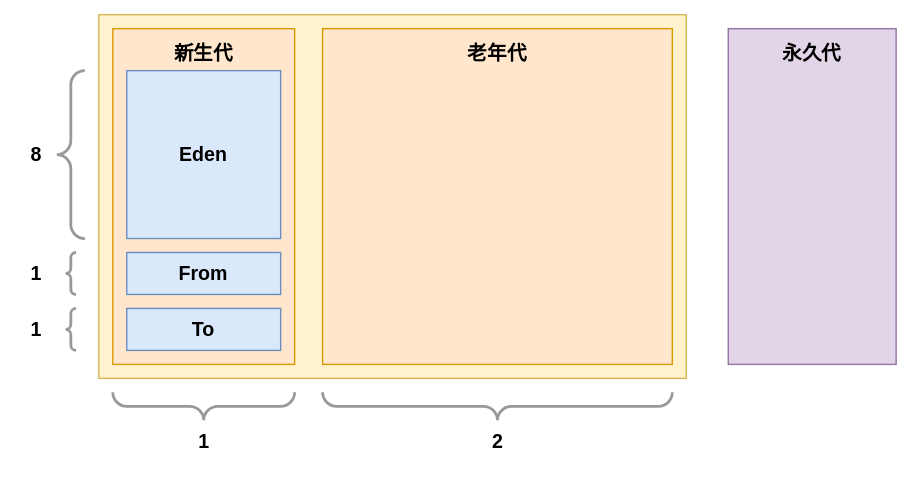
The draw.io diagram Java/JVM/GC回收机制/分代算法.drawio.svg in Developer-Tang/notes, before a commit. Source tidied: cells renumbered, new cells last; positions are measured from the earlier drawing's top-left corner, leaving out a move shared by most shapes. Source of this version:
```xml
<mxGraphModel>
  <root>
    <mxCell id="0" />
    <mxCell id="1" parent="0" />
    <mxCell id="2" style="rounded=0;whiteSpace=wrap;html=1;fillColor=#fff2cc;strokeColor=#d6b656;verticalAlign=top;spacingTop=5;fontStyle=1;fontSize=14;" parent="1" vertex="1">
      <mxGeometry x="60" width="420" height="260" as="geometry" />
    </mxCell>
    <mxCell id="3" value="永久代" style="rounded=0;whiteSpace=wrap;html=1;fillColor=#e1d5e7;strokeColor=#9673a6;verticalAlign=top;spacingTop=3;fontStyle=1;fontSize=14;" parent="1" vertex="1">
      <mxGeometry x="510" y="10" width="120" height="240" as="geometry" />
    </mxCell>
    <mxCell id="4" value="新生代" style="rounded=0;whiteSpace=wrap;html=1;fillColor=#ffe6cc;strokeColor=#d79b00;verticalAlign=top;spacingTop=3;fontStyle=1;fontSize=14;" parent="1" vertex="1">
      <mxGeometry x="70" y="10" width="130" height="240" as="geometry" />
    </mxCell>
    <mxCell id="5" value="老年代" style="rounded=0;whiteSpace=wrap;html=1;fillColor=#ffe6cc;strokeColor=#d79b00;verticalAlign=top;spacingTop=3;fontStyle=1;fontSize=14;" parent="1" vertex="1">
      <mxGeometry x="220" y="10" width="250" height="240" as="geometry" />
    </mxCell>
    <mxCell id="6" value="Eden" style="rounded=0;whiteSpace=wrap;html=1;fillColor=#dae8fc;strokeColor=#6c8ebf;verticalAlign=middle;spacingTop=0;fontStyle=1;fontSize=14;" parent="1" vertex="1">
      <mxGeometry x="80" y="40" width="110" height="120" as="geometry" />
    </mxCell>
    <mxCell id="7" value="From" style="rounded=0;whiteSpace=wrap;html=1;fillColor=#dae8fc;strokeColor=#6c8ebf;verticalAlign=middle;spacingTop=0;fontStyle=1;fontSize=14;" parent="1" vertex="1">
      <mxGeometry x="80" y="170" width="110" height="30" as="geometry" />
    </mxCell>
    <mxCell id="8" value="To" style="rounded=0;whiteSpace=wrap;html=1;fillColor=#dae8fc;strokeColor=#6c8ebf;verticalAlign=middle;spacingTop=0;fontStyle=1;fontSize=14;" parent="1" vertex="1">
      <mxGeometry x="80" y="210" width="110" height="30" as="geometry" />
    </mxCell>
    <mxCell id="9" style="labelPosition=right;align=left;strokeWidth=2;shape=mxgraph.mockup.markup.curlyBrace;html=1;shadow=0;dashed=0;strokeColor=#999999;direction=north;fontStyle=1;fontSize=14;" parent="1" vertex="1">
      <mxGeometry x="30" y="40" width="20" height="120" as="geometry" />
    </mxCell>
    <mxCell id="10" style="labelPosition=right;align=left;strokeWidth=2;shape=mxgraph.mockup.markup.curlyBrace;html=1;shadow=0;dashed=0;strokeColor=#999999;direction=north;fontStyle=1;fontSize=14;" parent="1" vertex="1">
      <mxGeometry x="30" y="170" width="20" height="30" as="geometry" />
    </mxCell>
    <mxCell id="11" style="labelPosition=right;align=left;strokeWidth=2;shape=mxgraph.mockup.markup.curlyBrace;html=1;shadow=0;dashed=0;strokeColor=#999999;direction=north;fontStyle=1;fontSize=14;" parent="1" vertex="1">
      <mxGeometry x="30" y="210" width="20" height="30" as="geometry" />
    </mxCell>
    <mxCell id="12" value="8" style="text;html=1;align=center;verticalAlign=middle;strokeColor=none;fillColor=none;fontStyle=1;fontSize=14;" parent="1" vertex="1">
      <mxGeometry y="85" width="30" height="30" as="geometry" />
    </mxCell>
    <mxCell id="13" value="1" style="text;html=1;align=center;verticalAlign=middle;strokeColor=none;fillColor=none;fontSize=14;fontStyle=1;" parent="1" vertex="1">
      <mxGeometry y="170" width="30" height="30" as="geometry" />
    </mxCell>
    <mxCell id="14" value="1" style="text;html=1;align=center;verticalAlign=middle;strokeColor=none;fillColor=none;fontSize=14;fontStyle=1;" parent="1" vertex="1">
      <mxGeometry y="210" width="30" height="30" as="geometry" />
    </mxCell>
    <mxCell id="15" style="verticalLabelPosition=bottom;shadow=0;dashed=0;align=center;html=1;verticalAlign=top;strokeWidth=2;shape=mxgraph.mockup.markup.curlyBrace;strokeColor=#999999;fontSize=14;direction=west;" parent="1" vertex="1">
      <mxGeometry x="70" y="270" width="130" height="20" as="geometry" />
    </mxCell>
    <mxCell id="16" style="verticalLabelPosition=bottom;shadow=0;dashed=0;align=center;html=1;verticalAlign=top;strokeWidth=2;shape=mxgraph.mockup.markup.curlyBrace;strokeColor=#999999;fontSize=14;direction=west;" parent="1" vertex="1">
      <mxGeometry x="220" y="270" width="250" height="20" as="geometry" />
    </mxCell>
    <mxCell id="17" value="1" style="text;html=1;align=center;verticalAlign=middle;strokeColor=none;fillColor=none;fontSize=14;fontStyle=1;" parent="1" vertex="1">
      <mxGeometry x="120" y="290" width="30" height="30" as="geometry" />
    </mxCell>
    <mxCell id="18" value="2" style="text;html=1;align=center;verticalAlign=middle;strokeColor=none;fillColor=none;fontSize=14;fontStyle=1;" parent="1" vertex="1">
      <mxGeometry x="330" y="290" width="30" height="30" as="geometry" />
    </mxCell>
  </root>
</mxGraphModel>
```
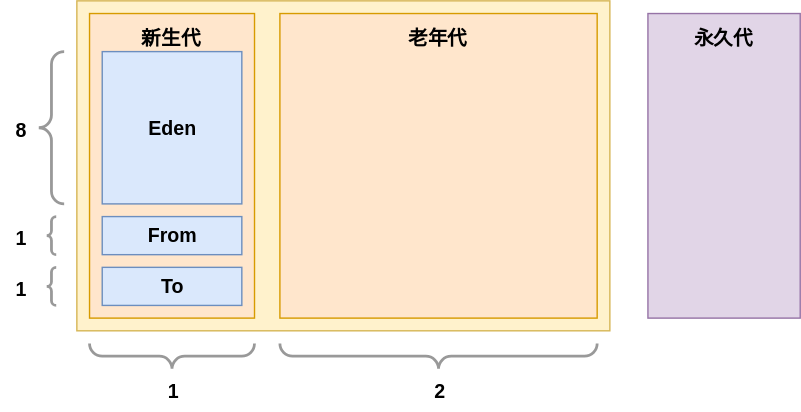
After the change.

The edit, as a diff of the source:
```diff
@@ -2,56 +2,56 @@
   <root>
     <mxCell id="0" />
     <mxCell id="1" parent="0" />
-    <mxCell id="2" style="rounded=0;whiteSpace=wrap;html=1;fillColor=#fff2cc;strokeColor=#d6b656;verticalAlign=top;spacingTop=5;fontStyle=1;fontSize=14;" parent="1" vertex="1">
-      <mxGeometry x="60" width="420" height="260" as="geometry" />
+    <mxCell id="2" style="rounded=0;whiteSpace=wrap;fillColor=#fff2cc;strokeColor=#d6b656;verticalAlign=top;spacingTop=5;fontStyle=1;fontSize=14;" parent="1" vertex="1">
+      <mxGeometry x="-69.6" y="-10" width="380.6" height="235.6" as="geometry" />
     </mxCell>
-    <mxCell id="3" value="永久代" style="rounded=0;whiteSpace=wrap;html=1;fillColor=#e1d5e7;strokeColor=#9673a6;verticalAlign=top;spacingTop=3;fontStyle=1;fontSize=14;" parent="1" vertex="1">
-      <mxGeometry x="510" y="10" width="120" height="240" as="geometry" />
+    <mxCell id="3" value="永久代" style="rounded=0;whiteSpace=wrap;fillColor=#e1d5e7;strokeColor=#9673a6;verticalAlign=top;spacingTop=3;fontStyle=1;fontSize=14;" parent="1" vertex="1">
+      <mxGeometry x="338.2" y="-0.9" width="108.8" height="217.5" as="geometry" />
     </mxCell>
-    <mxCell id="4" value="新生代" style="rounded=0;whiteSpace=wrap;html=1;fillColor=#ffe6cc;strokeColor=#d79b00;verticalAlign=top;spacingTop=3;fontStyle=1;fontSize=14;" parent="1" vertex="1">
-      <mxGeometry x="70" y="10" width="130" height="240" as="geometry" />
+    <mxCell id="4" value="新生代" style="rounded=0;whiteSpace=wrap;fillColor=#ffe6cc;strokeColor=#d79b00;verticalAlign=top;spacingTop=3;fontStyle=1;fontSize=14;" parent="1" vertex="1">
+      <mxGeometry x="-60.6" y="-0.9" width="117.8" height="217.5" as="geometry" />
     </mxCell>
-    <mxCell id="5" value="老年代" style="rounded=0;whiteSpace=wrap;html=1;fillColor=#ffe6cc;strokeColor=#d79b00;verticalAlign=top;spacingTop=3;fontStyle=1;fontSize=14;" parent="1" vertex="1">
-      <mxGeometry x="220" y="10" width="250" height="240" as="geometry" />
+    <mxCell id="5" value="老年代" style="rounded=0;whiteSpace=wrap;fillColor=#ffe6cc;strokeColor=#d79b00;verticalAlign=top;spacingTop=3;fontStyle=1;fontSize=14;" parent="1" vertex="1">
+      <mxGeometry x="75.4" y="-0.9" width="226.6" height="217.5" as="geometry" />
     </mxCell>
-    <mxCell id="6" value="Eden" style="rounded=0;whiteSpace=wrap;html=1;fillColor=#dae8fc;strokeColor=#6c8ebf;verticalAlign=middle;spacingTop=0;fontStyle=1;fontSize=14;" parent="1" vertex="1">
-      <mxGeometry x="80" y="40" width="110" height="120" as="geometry" />
+    <mxCell id="6" value="Eden" style="rounded=0;whiteSpace=wrap;fillColor=#dae8fc;strokeColor=#6c8ebf;verticalAlign=middle;spacingTop=0;fontStyle=1;fontSize=14;" parent="1" vertex="1">
+      <mxGeometry x="-51.5" y="26.2" width="99.7" height="108.8" as="geometry" />
     </mxCell>
-    <mxCell id="7" value="From" style="rounded=0;whiteSpace=wrap;html=1;fillColor=#dae8fc;strokeColor=#6c8ebf;verticalAlign=middle;spacingTop=0;fontStyle=1;fontSize=14;" parent="1" vertex="1">
-      <mxGeometry x="80" y="170" width="110" height="30" as="geometry" />
+    <mxCell id="7" value="From" style="rounded=0;whiteSpace=wrap;fillColor=#dae8fc;strokeColor=#6c8ebf;verticalAlign=middle;spacingTop=0;fontStyle=1;fontSize=14;" parent="1" vertex="1">
+      <mxGeometry x="-51.5" y="144.1" width="99.7" height="27.2" as="geometry" />
     </mxCell>
-    <mxCell id="8" value="To" style="rounded=0;whiteSpace=wrap;html=1;fillColor=#dae8fc;strokeColor=#6c8ebf;verticalAlign=middle;spacingTop=0;fontStyle=1;fontSize=14;" parent="1" vertex="1">
-      <mxGeometry x="80" y="210" width="110" height="30" as="geometry" />
+    <mxCell id="8" value="To" style="rounded=0;whiteSpace=wrap;fillColor=#dae8fc;strokeColor=#6c8ebf;verticalAlign=middle;spacingTop=0;fontStyle=1;fontSize=14;" parent="1" vertex="1">
+      <mxGeometry x="-51.5" y="180.3" width="99.7" height="27.2" as="geometry" />
     </mxCell>
-    <mxCell id="9" style="labelPosition=right;align=left;strokeWidth=2;shape=mxgraph.mockup.markup.curlyBrace;html=1;shadow=0;dashed=0;strokeColor=#999999;direction=north;fontStyle=1;fontSize=14;" parent="1" vertex="1">
-      <mxGeometry x="30" y="40" width="20" height="120" as="geometry" />
+    <mxCell id="9" style="labelPosition=right;align=left;strokeWidth=2;shape=mxgraph.mockup.markup.curlyBrace;shadow=0;dashed=0;strokeColor=#999999;direction=north;fontStyle=1;fontSize=14;" parent="1" vertex="1">
+      <mxGeometry x="-96.8" y="26.2" width="18.1" height="108.8" as="geometry" />
     </mxCell>
-    <mxCell id="10" style="labelPosition=right;align=left;strokeWidth=2;shape=mxgraph.mockup.markup.curlyBrace;html=1;shadow=0;dashed=0;strokeColor=#999999;direction=north;fontStyle=1;fontSize=14;" parent="1" vertex="1">
-      <mxGeometry x="30" y="170" width="20" height="30" as="geometry" />
+    <mxCell id="10" style="labelPosition=right;align=left;strokeWidth=2;shape=mxgraph.mockup.markup.curlyBrace;shadow=0;dashed=0;strokeColor=#999999;direction=north;fontStyle=1;fontSize=14;" parent="1" vertex="1">
+      <mxGeometry x="-96.8" y="144.1" width="18.1" height="27.2" as="geometry" />
     </mxCell>
-    <mxCell id="11" style="labelPosition=right;align=left;strokeWidth=2;shape=mxgraph.mockup.markup.curlyBrace;html=1;shadow=0;dashed=0;strokeColor=#999999;direction=north;fontStyle=1;fontSize=14;" parent="1" vertex="1">
-      <mxGeometry x="30" y="210" width="20" height="30" as="geometry" />
+    <mxCell id="11" style="labelPosition=right;align=left;strokeWidth=2;shape=mxgraph.mockup.markup.curlyBrace;shadow=0;dashed=0;strokeColor=#999999;direction=north;fontStyle=1;fontSize=14;" parent="1" vertex="1">
+      <mxGeometry x="-96.8" y="180.3" width="18.1" height="27.2" as="geometry" />
     </mxCell>
-    <mxCell id="12" value="8" style="text;html=1;align=center;verticalAlign=middle;strokeColor=none;fillColor=none;fontStyle=1;fontSize=14;" parent="1" vertex="1">
-      <mxGeometry y="85" width="30" height="30" as="geometry" />
+    <mxCell id="12" value="8" style="text;align=center;verticalAlign=middle;strokeColor=none;fillColor=none;fontStyle=1;fontSize=14;" parent="1" vertex="1">
+      <mxGeometry x="-124" y="67" width="30" height="30" as="geometry" />
     </mxCell>
-    <mxCell id="13" value="1" style="text;html=1;align=center;verticalAlign=middle;strokeColor=none;fillColor=none;fontSize=14;fontStyle=1;" parent="1" vertex="1">
-      <mxGeometry y="170" width="30" height="30" as="geometry" />
+    <mxCell id="13" value="1" style="text;align=center;verticalAlign=middle;strokeColor=none;fillColor=none;fontSize=14;fontStyle=1;" parent="1" vertex="1">
+      <mxGeometry x="-124" y="144.1" width="30" height="30" as="geometry" />
     </mxCell>
-    <mxCell id="14" value="1" style="text;html=1;align=center;verticalAlign=middle;strokeColor=none;fillColor=none;fontSize=14;fontStyle=1;" parent="1" vertex="1">
-      <mxGeometry y="210" width="30" height="30" as="geometry" />
+    <mxCell id="14" value="1" style="text;align=center;verticalAlign=middle;strokeColor=none;fillColor=none;fontSize=14;fontStyle=1;" parent="1" vertex="1">
+      <mxGeometry x="-124" y="180.3" width="30" height="30" as="geometry" />
     </mxCell>
-    <mxCell id="15" style="verticalLabelPosition=bottom;shadow=0;dashed=0;align=center;html=1;verticalAlign=top;strokeWidth=2;shape=mxgraph.mockup.markup.curlyBrace;strokeColor=#999999;fontSize=14;direction=west;" parent="1" vertex="1">
-      <mxGeometry x="70" y="270" width="130" height="20" as="geometry" />
+    <mxCell id="15" style="verticalLabelPosition=bottom;shadow=0;dashed=0;align=center;verticalAlign=top;strokeWidth=2;shape=mxgraph.mockup.markup.curlyBrace;strokeColor=#999999;fontSize=14;direction=west;" parent="1" vertex="1">
+      <mxGeometry x="-60.6" y="234.7" width="117.8" height="18.1" as="geometry" />
     </mxCell>
-    <mxCell id="16" style="verticalLabelPosition=bottom;shadow=0;dashed=0;align=center;html=1;verticalAlign=top;strokeWidth=2;shape=mxgraph.mockup.markup.curlyBrace;strokeColor=#999999;fontSize=14;direction=west;" parent="1" vertex="1">
-      <mxGeometry x="220" y="270" width="250" height="20" as="geometry" />
+    <mxCell id="16" style="verticalLabelPosition=bottom;shadow=0;dashed=0;align=center;verticalAlign=top;strokeWidth=2;shape=mxgraph.mockup.markup.curlyBrace;strokeColor=#999999;fontSize=14;direction=west;" parent="1" vertex="1">
+      <mxGeometry x="75.4" y="234.7" width="226.6" height="18.1" as="geometry" />
     </mxCell>
-    <mxCell id="17" value="1" style="text;html=1;align=center;verticalAlign=middle;strokeColor=none;fillColor=none;fontSize=14;fontStyle=1;" parent="1" vertex="1">
-      <mxGeometry x="120" y="290" width="30" height="30" as="geometry" />
+    <mxCell id="17" value="1" style="text;align=center;verticalAlign=middle;strokeColor=none;fillColor=none;fontSize=14;fontStyle=1;" parent="1" vertex="1">
+      <mxGeometry x="-15.2" y="252.8" width="30" height="30" as="geometry" />
     </mxCell>
-    <mxCell id="18" value="2" style="text;html=1;align=center;verticalAlign=middle;strokeColor=none;fillColor=none;fontSize=14;fontStyle=1;" parent="1" vertex="1">
-      <mxGeometry x="330" y="290" width="30" height="30" as="geometry" />
+    <mxCell id="18" value="2" style="text;align=center;verticalAlign=middle;strokeColor=none;fillColor=none;fontSize=14;fontStyle=1;" parent="1" vertex="1">
+      <mxGeometry x="175.1" y="252.8" width="30" height="30" as="geometry" />
     </mxCell>
   </root>
 </mxGraphModel>
```
